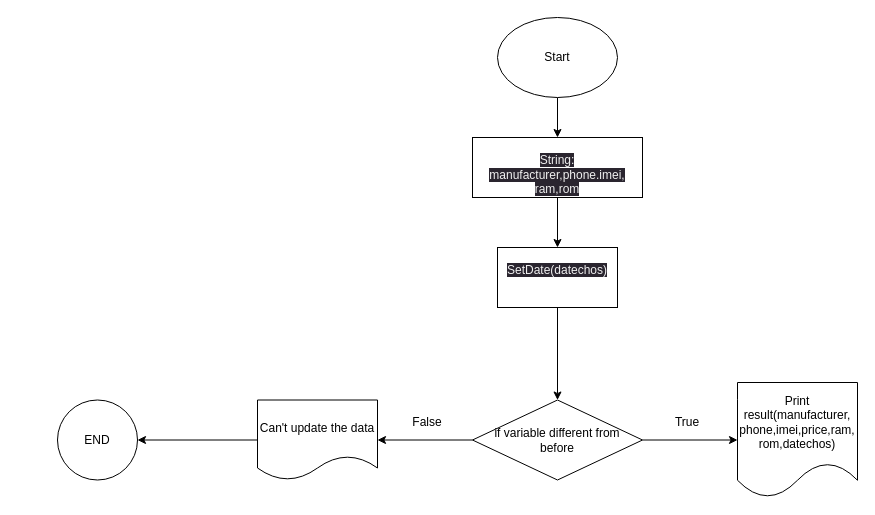
khanh8603/khanh8603 keeps this draw.io diagram as new update.drawio. Above is the earlier version. Source tidied: cells renumbered, new cells numbered last; positions are measured from the earlier drawing's top-left corner, leaving out a move shared by most shapes. Both pictures are drawn from the tidied source at 100%, with x=0, y=0 at pixel (57, 17).
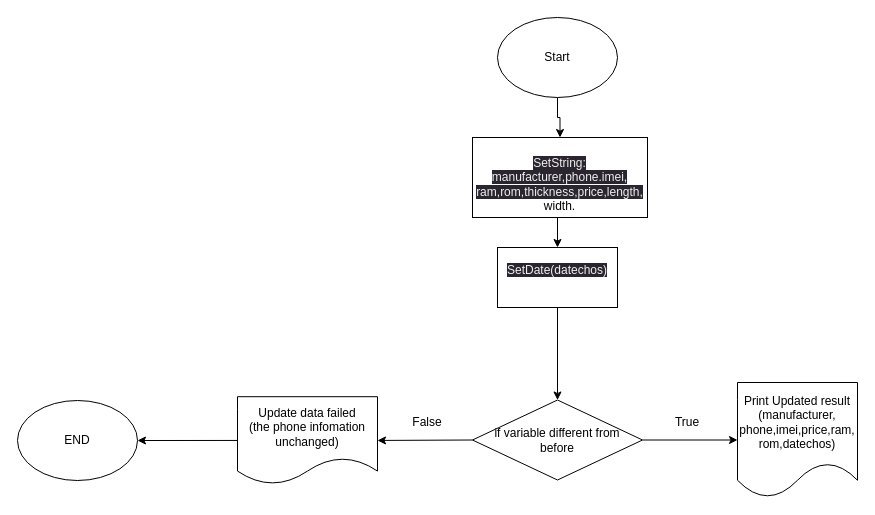
The same page after the edit.

Commit message:
Cập nhật new update.drawio

The edit, as a diff of the source:
```diff
@@
 <mxGraphModel>
   <root>
     <mxCell id="0" />
     <mxCell id="1" parent="0" />
     <mxCell id="2" style="edgeStyle=orthogonalEdgeStyle;rounded=0;jettySize=auto;html=1;entryX=0.5;entryY=0;entryDx=0;entryDy=0;" parent="1" edge="1" source="3" target="15">
       <mxGeometry relative="1" as="geometry" />
     </mxCell>
     <mxCell id="3" value="Start" style="ellipse;whiteSpace=wrap;html=1;" parent="1" vertex="1">
       <mxGeometry x="440" width="120" height="80" as="geometry" />
     </mxCell>
     <mxCell id="4" style="edgeStyle=orthogonalEdgeStyle;rounded=0;jettySize=auto;html=1;exitX=0.5;exitY=1;exitDx=0;exitDy=0;entryX=0.5;entryY=0;entryDx=0;entryDy=0;" parent="1" edge="1" source="15" target="16">
       <mxGeometry relative="1" as="geometry" />
     </mxCell>
     <mxCell id="5" style="edgeStyle=orthogonalEdgeStyle;rounded=0;jettySize=auto;html=1;exitX=0.5;exitY=1;exitDx=0;exitDy=0;" parent="1" edge="1" source="16" target="6">
       <mxGeometry relative="1" as="geometry" />
     </mxCell>
     <mxCell id="6" value="if variable different from&lt;br&gt;before" style="rhombus;whiteSpace=wrap;html=1;" parent="1" vertex="1">
       <mxGeometry x="415" y="382.5" width="170" height="80" as="geometry" />
     </mxCell>
     <mxCell id="7" style="endArrow=classic;html=1;rounded=0;exitX=1;exitY=0.5;exitDx=0;exitDy=0;entryX=0;entryY=0.5;entryDx=0;entryDy=0;" parent="1" edge="1" source="6" target="8">
       <mxGeometry relative="1" as="geometry" />
     </mxCell>
-    <mxCell id="8" value="Print result(manufacturer,&lt;br&gt;phone,imei,price,ram,&lt;br&gt;rom,datechos)" style="shape=document;whiteSpace=wrap;html=1;boundedLbl=1;" parent="1" vertex="1">
+    <mxCell id="8" value="Print Updated result&lt;br&gt;(manufacturer,&lt;br&gt;phone,imei,price,ram,&lt;br&gt;rom,datechos)" style="shape=document;whiteSpace=wrap;html=1;boundedLbl=1;" parent="1" vertex="1">
       <mxGeometry x="680" y="365" width="120" height="115" as="geometry" />
     </mxCell>
-    <mxCell id="9" value="END" style="ellipse;whiteSpace=wrap;html=1;" parent="1" vertex="1">
-      <mxGeometry y="382.5" width="80" height="80" as="geometry" />
-    </mxCell>
     <mxCell id="10" style="endArrow=classic;html=1;rounded=0;exitX=0;exitY=0.5;exitDx=0;exitDy=0;entryX=1;entryY=0.5;entryDx=0;entryDy=0;" parent="1" edge="1" source="12" target="9">
       <mxGeometry relative="1" as="geometry" />
     </mxCell>
     <mxCell id="11" style="endArrow=classic;html=1;rounded=0;exitX=0;exitY=0.5;exitDx=0;exitDy=0;entryX=1;entryY=0.5;entryDx=0;entryDy=0;" parent="1" edge="1" source="6" target="12">
       <mxGeometry relative="1" as="geometry" />
     </mxCell>
-    <mxCell id="12" value="Can't update the data&lt;br&gt;" style="shape=document;whiteSpace=wrap;html=1;boundedLbl=1;" parent="1" vertex="1">
-      <mxGeometry x="200" y="382.5" width="120" height="80" as="geometry" />
+    <mxCell id="12" value="Update data failed&lt;br&gt;(the phone infomation unchanged)" style="shape=document;whiteSpace=wrap;html=1;boundedLbl=1;" parent="1" vertex="1">
+      <mxGeometry x="180" y="379.2" width="140" height="87.5" as="geometry" />
     </mxCell>
     <mxCell id="13" value="True" style="text;html=1;strokeColor=none;fillColor=none;align=center;verticalAlign=middle;whiteSpace=wrap;rounded=0;" parent="1" vertex="1">
       <mxGeometry x="600" y="390" width="60" height="30" as="geometry" />
     </mxCell>
     <mxCell id="14" value="False" style="text;html=1;strokeColor=none;fillColor=none;align=center;verticalAlign=middle;whiteSpace=wrap;rounded=0;" parent="1" vertex="1">
       <mxGeometry x="340" y="390" width="60" height="30" as="geometry" />
     </mxCell>
-    <mxCell id="15" value="&lt;br&gt;&lt;span style=&quot;color: rgb(240, 240, 240); font-family: Helvetica; font-size: 12px; font-style: normal; font-variant-ligatures: normal; font-variant-caps: normal; font-weight: 400; letter-spacing: normal; orphans: 2; text-align: center; text-indent: 0px; text-transform: none; widows: 2; word-spacing: 0px; -webkit-text-stroke-width: 0px; background-color: rgb(42, 37, 47); text-decoration-thickness: initial; text-decoration-style: initial; text-decoration-color: initial; float: none; display: inline !important;&quot;&gt;String: manufacturer,phone.imei,&lt;/span&gt;&lt;br style=&quot;border-color: rgb(0, 0, 0); color: rgb(240, 240, 240); font-family: Helvetica; font-size: 12px; font-style: normal; font-variant-ligatures: normal; font-variant-caps: normal; font-weight: 400; letter-spacing: normal; orphans: 2; text-align: center; text-indent: 0px; text-transform: none; widows: 2; word-spacing: 0px; -webkit-text-stroke-width: 0px; background-color: rgb(42, 37, 47); text-decoration-thickness: initial; text-decoration-style: initial; text-decoration-color: initial;&quot;&gt;&lt;span style=&quot;color: rgb(240, 240, 240); font-family: Helvetica; font-size: 12px; font-style: normal; font-variant-ligatures: normal; font-variant-caps: normal; font-weight: 400; letter-spacing: normal; orphans: 2; text-align: center; text-indent: 0px; text-transform: none; widows: 2; word-spacing: 0px; -webkit-text-stroke-width: 0px; background-color: rgb(42, 37, 47); text-decoration-thickness: initial; text-decoration-style: initial; text-decoration-color: initial; float: none; display: inline !important;&quot;&gt;ram,rom&lt;/span&gt;&lt;br&gt;" style="rounded=0;whiteSpace=wrap;html=1;" parent="1" vertex="1">
-      <mxGeometry x="415" y="120" width="170" height="60" as="geometry" />
+    <mxCell id="15" value="&lt;br&gt;&lt;span style=&quot;color: rgb(240, 240, 240); font-family: Helvetica; font-size: 12px; font-style: normal; font-variant-ligatures: normal; font-variant-caps: normal; font-weight: 400; letter-spacing: normal; orphans: 2; text-align: center; text-indent: 0px; text-transform: none; widows: 2; word-spacing: 0px; -webkit-text-stroke-width: 0px; background-color: rgb(42, 37, 47); text-decoration-thickness: initial; text-decoration-style: initial; text-decoration-color: initial; float: none; display: inline !important;&quot;&gt;SetString: manufacturer,phone.imei,&lt;/span&gt;&lt;br style=&quot;border-color: rgb(0, 0, 0); color: rgb(240, 240, 240); font-family: Helvetica; font-size: 12px; font-style: normal; font-variant-ligatures: normal; font-variant-caps: normal; font-weight: 400; letter-spacing: normal; orphans: 2; text-align: center; text-indent: 0px; text-transform: none; widows: 2; word-spacing: 0px; -webkit-text-stroke-width: 0px; background-color: rgb(42, 37, 47); text-decoration-thickness: initial; text-decoration-style: initial; text-decoration-color: initial;&quot;&gt;&lt;span style=&quot;color: rgb(240, 240, 240); font-family: Helvetica; font-size: 12px; font-style: normal; font-variant-ligatures: normal; font-variant-caps: normal; font-weight: 400; letter-spacing: normal; orphans: 2; text-align: center; text-indent: 0px; text-transform: none; widows: 2; word-spacing: 0px; -webkit-text-stroke-width: 0px; background-color: rgb(42, 37, 47); text-decoration-thickness: initial; text-decoration-style: initial; text-decoration-color: initial; float: none; display: inline !important;&quot;&gt;ram,rom,thickness,price,length,&lt;br&gt;&lt;/span&gt;width." style="rounded=0;whiteSpace=wrap;html=1;" parent="1" vertex="1">
+      <mxGeometry x="415" y="120" width="175" height="80" as="geometry" />
     </mxCell>
     <mxCell id="16" value="&#10;&lt;span style=&quot;color: rgb(240, 240, 240); font-family: Helvetica; font-size: 12px; font-style: normal; font-variant-ligatures: normal; font-variant-caps: normal; font-weight: 400; letter-spacing: normal; orphans: 2; text-align: center; text-indent: 0px; text-transform: none; widows: 2; word-spacing: 0px; -webkit-text-stroke-width: 0px; background-color: rgb(42, 37, 47); text-decoration-thickness: initial; text-decoration-style: initial; text-decoration-color: initial; float: none; display: inline !important;&quot;&gt;SetDate(datechos)&lt;/span&gt;&#10;&#10;" style="rounded=0;whiteSpace=wrap;html=1;" parent="1" vertex="1">
       <mxGeometry x="440" y="230" width="120" height="60" as="geometry" />
     </mxCell>
+    <mxCell id="9" value="END" style="ellipse;whiteSpace=wrap;html=1;" parent="1" vertex="1">
+      <mxGeometry x="-40" y="383" width="120" height="80" as="geometry" />
+    </mxCell>
   </root>
 </mxGraphModel>
```
